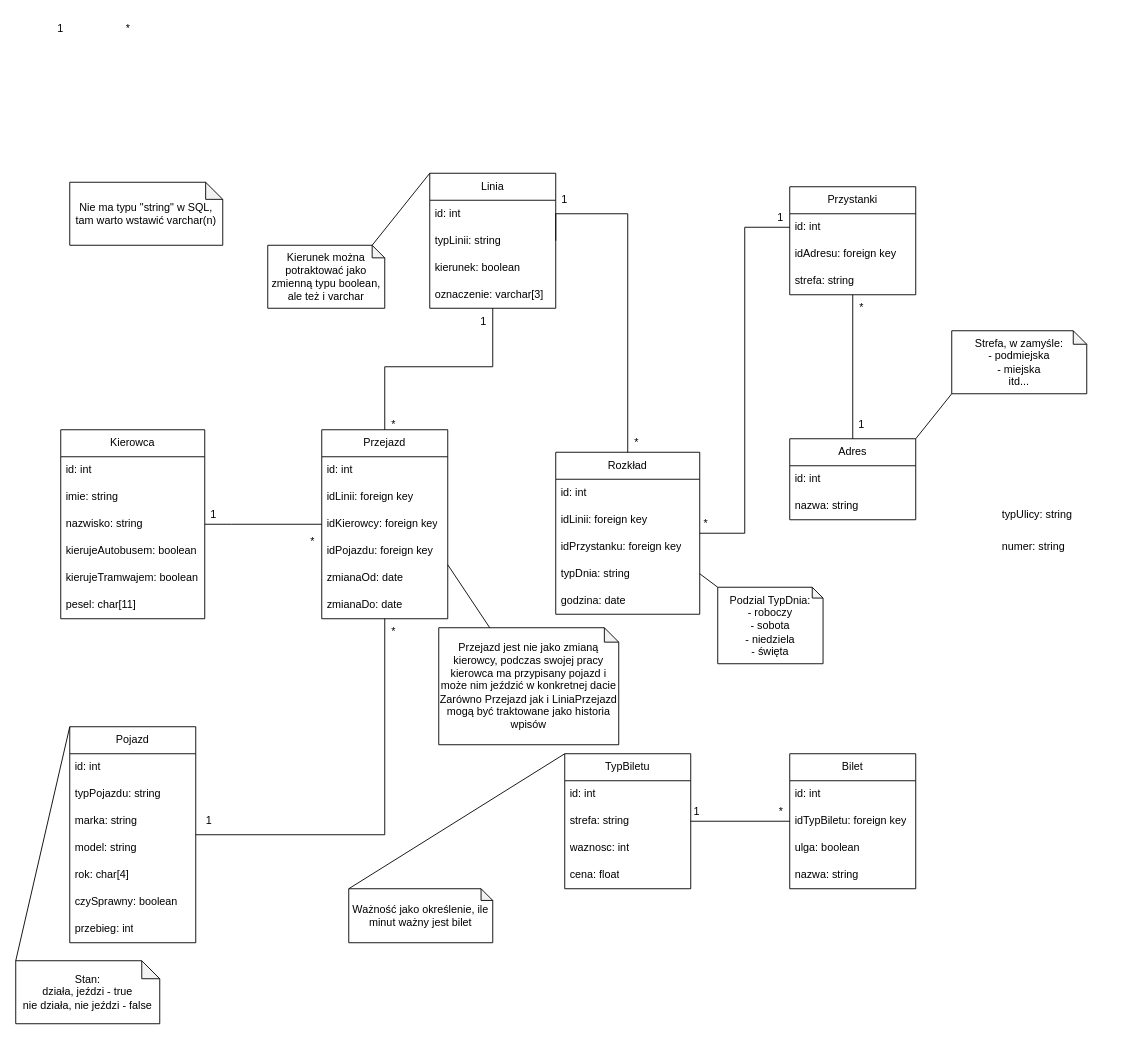
Earlier version of the draw.io diagram TableDiagram.drawio (Pietrzaaq/bus-base). Source tidied: cells renumbered, new cells numbered last; positions are measured from the earlier drawing's top-left corner, leaving out a move shared by most shapes. Both pictures are drawn from the tidied source at 90%, with x=0, y=0 at pixel (15, 15).
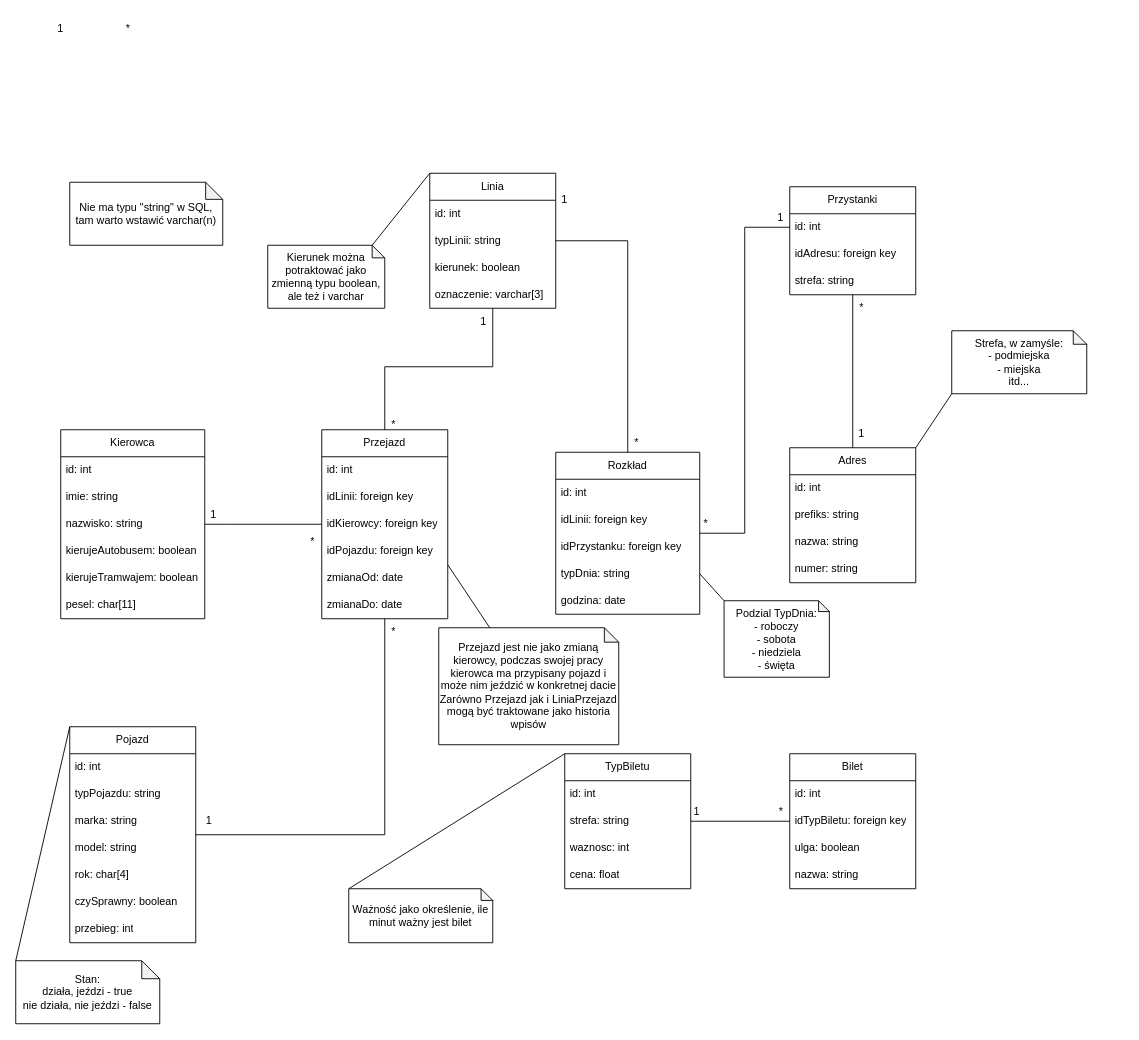
The same diagram, later.

Commit message:
fixup! Table diagram after suggestions

The change refers to these unchanged cells:
```xml
<mxCell id="2" value="Linia" style="swimlane;fontStyle=0;horizontal=1;startSize=30;whiteSpace=wrap;html=1;" parent="1" vertex="1">
  <mxGeometry x="460" y="175" width="140" height="150" as="geometry" />
</mxCell>
<mxCell id="49" value="Rozkład" style="swimlane;fontStyle=0;horizontal=1;startSize=30;whiteSpace=wrap;html=1;" parent="1" vertex="1">
  <mxGeometry x="600" y="485" width="160" height="180" as="geometry" />
</mxCell>
```

What changed in the source:
```diff
@@
     <mxCell id="14" value="Adres" style="swimlane;fontStyle=0;horizontal=1;startSize=30;whiteSpace=wrap;html=1;" parent="1" vertex="1">
-      <mxGeometry x="860" y="470" width="140" height="90" as="geometry" />
+      <mxGeometry x="860" y="480" width="140" height="150" as="geometry" />
     </mxCell>
@@
+    <mxCell id="90" value="prefiks: string" style="text;strokeColor=none;fillColor=none;align=left;verticalAlign=middle;spacingLeft=4;spacingRight=4;overflow=hidden;whiteSpace=wrap;html=1;" parent="14" vertex="1">
+      <mxGeometry y="60" width="140" height="30" as="geometry" />
+    </mxCell>
     <mxCell id="16" value="nazwa: string" style="text;strokeColor=none;fillColor=none;align=left;verticalAlign=middle;spacingLeft=4;spacingRight=4;overflow=hidden;whiteSpace=wrap;html=1;" parent="14" vertex="1">
-      <mxGeometry y="60" width="140" height="30" as="geometry" />
+      <mxGeometry y="90" width="140" height="30" as="geometry" />
     </mxCell>
+    <mxCell id="83" value="numer: string" style="text;strokeColor=none;fillColor=none;align=left;verticalAlign=middle;spacingLeft=4;spacingRight=4;overflow=hidden;whiteSpace=wrap;html=1;" parent="14" vertex="1">
+      <mxGeometry y="120" width="140" height="30" as="geometry" />
+    </mxCell>
@@
     <mxCell id="18" value="1" style="text;html=1;strokeColor=none;fillColor=none;align=center;verticalAlign=middle;whiteSpace=wrap;rounded=0;" parent="1" vertex="1">
-      <mxGeometry x="910" y="440" width="60" height="30" as="geometry" />
+      <mxGeometry x="910" y="450" width="60" height="30" as="geometry" />
     </mxCell>
@@
     <mxCell id="57" style="edgeStyle=orthogonalEdgeStyle;rounded=0;jettySize=auto;html=1;endArrow=none;endFill=0;entryX=1;entryY=0.5;entryDx=0;entryDy=0;exitX=0.5;exitY=0;exitDx=0;exitDy=0;" parent="1" edge="1" source="49" target="2">
       <mxGeometry relative="1" as="geometry">
         <Array as="points">
-          <mxPoint x="680" y="220" />
+          <mxPoint x="680" y="250" />
         </Array>
       </mxGeometry>
     </mxCell>
@@
     <mxCell id="77" value="Podzial TypDnia:&lt;br&gt;- roboczy&lt;br&gt;- sobota&lt;br&gt;- niedziela&lt;br&gt;- święta" style="shape=note;whiteSpace=wrap;html=1;backgroundOutline=1;darkOpacity=0.05;size=12;" parent="1" vertex="1">
-      <mxGeometry x="780" y="635" width="117" height="85" as="geometry" />
+      <mxGeometry x="787" y="650" width="117" height="85" as="geometry" />
     </mxCell>
@@
-    <mxCell id="83" value="numer: string" style="text;strokeColor=none;fillColor=none;align=left;verticalAlign=middle;spacingLeft=4;spacingRight=4;overflow=hidden;whiteSpace=wrap;html=1;" parent="1" vertex="1">
-      <mxGeometry x="1090" y="575" width="140" height="30" as="geometry" />
-    </mxCell>
-    <mxCell id="84" value="typUlicy: string" style="text;strokeColor=none;fillColor=none;align=left;verticalAlign=middle;spacingLeft=4;spacingRight=4;overflow=hidden;whiteSpace=wrap;html=1;" parent="1" vertex="1">
-      <mxGeometry x="1090" y="540" width="140" height="30" as="geometry" />
-    </mxCell>
```
